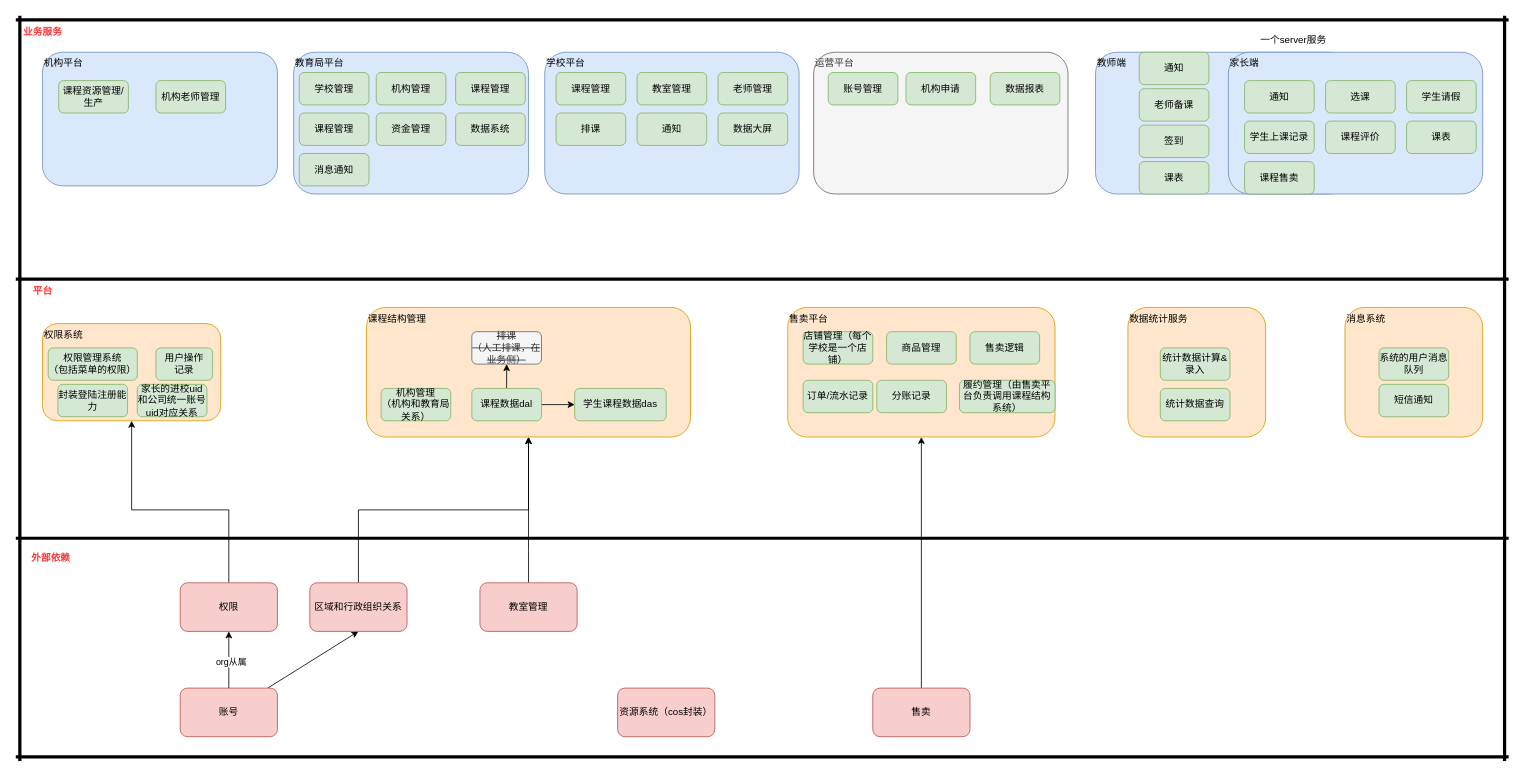
Earlier version of the draw.io diagram 330-组织架构.drawio (wgyuuu/flow_chart). Source tidied: cells renumbered, new cells numbered last; positions are measured from the earlier drawing's top-left corner, leaving out a move shared by most shapes. Both pictures are drawn from the tidied source at 81%, with x=0, y=0 at pixel (15, 15).
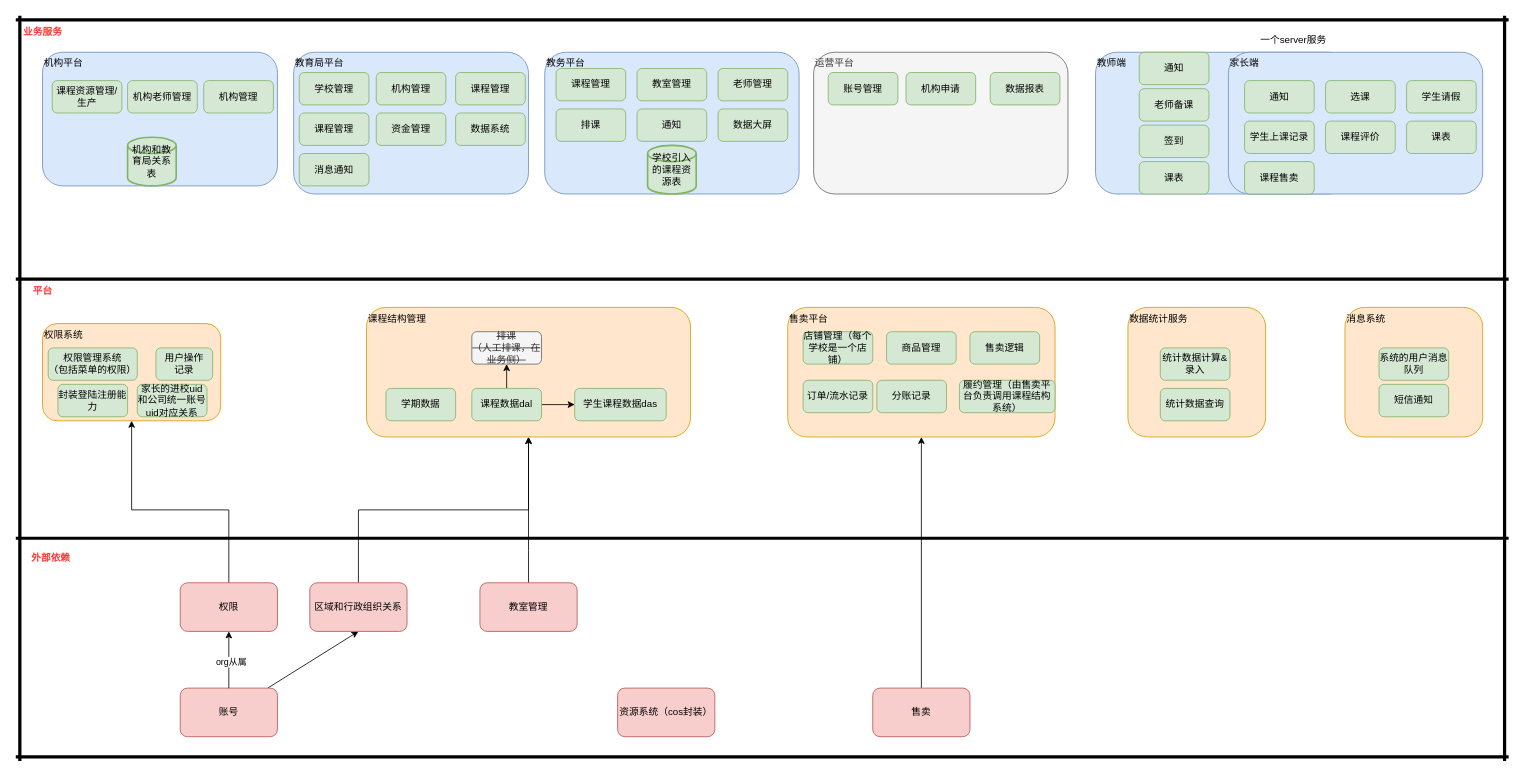
After the change.

Diff of the diagram source:
```diff
@@
     <mxCell id="18" value="课程资源管理/生产" style="rounded=1;whiteSpace=wrap;html=1;align=center;verticalAlign=middle;fillColor=#d5e8d4;strokeColor=#82b366;" parent="1" vertex="1">
-      <mxGeometry x="53" y="80" width="86" height="40" as="geometry" />
+      <mxGeometry x="45" y="80" width="86" height="40" as="geometry" />
     </mxCell>
@@
     <mxCell id="21" value="机构老师管理" style="rounded=1;whiteSpace=wrap;html=1;align=center;verticalAlign=middle;fillColor=#d5e8d4;strokeColor=#82b366;" parent="1" vertex="1">
-      <mxGeometry x="173" y="80" width="86" height="40" as="geometry" />
+      <mxGeometry x="138" y="80" width="86" height="40" as="geometry" />
     </mxCell>
@@
-    <mxCell id="41" value="学校平台" style="rounded=1;whiteSpace=wrap;html=1;align=left;verticalAlign=top;fillColor=#dae8fc;strokeColor=#6c8ebf;" parent="1" vertex="1">
+    <mxCell id="41" value="教务平台" style="rounded=1;whiteSpace=wrap;html=1;align=left;verticalAlign=top;fillColor=#dae8fc;strokeColor=#6c8ebf;" parent="1" vertex="1">
       <mxGeometry x="653" y="45" width="314" height="175" as="geometry" />
     </mxCell>
     <mxCell id="42" value="课程管理" style="rounded=1;whiteSpace=wrap;html=1;align=center;verticalAlign=middle;fillColor=#d5e8d4;strokeColor=#82b366;" parent="1" vertex="1">
-      <mxGeometry x="667" y="70" width="86" height="40" as="geometry" />
+      <mxGeometry x="667" y="65" width="86" height="40" as="geometry" />
     </mxCell>
     <mxCell id="43" value="教室管理" style="rounded=1;whiteSpace=wrap;html=1;align=center;verticalAlign=middle;fillColor=#d5e8d4;strokeColor=#82b366;" parent="1" vertex="1">
-      <mxGeometry x="767" y="70" width="86" height="40" as="geometry" />
+      <mxGeometry x="767" y="65" width="86" height="40" as="geometry" />
     </mxCell>
     <mxCell id="44" value="老师管理" style="rounded=1;whiteSpace=wrap;html=1;align=center;verticalAlign=middle;fillColor=#d5e8d4;strokeColor=#82b366;" parent="1" vertex="1">
-      <mxGeometry x="867" y="70" width="86" height="40" as="geometry" />
+      <mxGeometry x="867" y="65" width="86" height="40" as="geometry" />
     </mxCell>
     <mxCell id="45" value="排课" style="rounded=1;whiteSpace=wrap;html=1;align=center;verticalAlign=middle;fillColor=#d5e8d4;strokeColor=#82b366;" parent="1" vertex="1">
-      <mxGeometry x="667" y="120" width="86" height="40" as="geometry" />
+      <mxGeometry x="667" y="115" width="86" height="40" as="geometry" />
     </mxCell>
     <mxCell id="46" value="通知" style="rounded=1;whiteSpace=wrap;html=1;align=center;verticalAlign=middle;fillColor=#d5e8d4;strokeColor=#82b366;" parent="1" vertex="1">
-      <mxGeometry x="767" y="120" width="86" height="40" as="geometry" />
+      <mxGeometry x="767" y="115" width="86" height="40" as="geometry" />
     </mxCell>
     <mxCell id="47" value="数据大屏" style="rounded=1;whiteSpace=wrap;html=1;align=center;verticalAlign=middle;fillColor=#d5e8d4;strokeColor=#82b366;" parent="1" vertex="1">
-      <mxGeometry x="867" y="120" width="86" height="40" as="geometry" />
+      <mxGeometry x="867" y="115" width="86" height="40" as="geometry" />
     </mxCell>
@@
-    <mxCell id="77" value="机构管理&lt;br&gt;（机构和教育局关系）" style="rounded=1;whiteSpace=wrap;html=1;align=center;verticalAlign=middle;fillColor=#d5e8d4;strokeColor=#82b366;" parent="1" vertex="1">
-      <mxGeometry x="451" y="460" width="86" height="40" as="geometry" />
+    <mxCell id="77" value="机构管理" style="rounded=1;whiteSpace=wrap;html=1;align=center;verticalAlign=middle;fillColor=#d5e8d4;strokeColor=#82b366;" parent="1" vertex="1">
+      <mxGeometry x="232" y="80" width="86" height="40" as="geometry" />
     </mxCell>
@@
+    <mxCell id="85" value="&lt;span&gt;机构和教育局关系表&lt;/span&gt;" style="strokeWidth=2;html=1;shape=mxgraph.flowchart.database;whiteSpace=wrap;fillColor=#d5e8d4;strokeColor=#82b366;" parent="1" vertex="1">
+      <mxGeometry x="138" y="150" width="60" height="60" as="geometry" />
+    </mxCell>
+    <mxCell id="86" value="学期数据" style="rounded=1;whiteSpace=wrap;html=1;align=center;verticalAlign=middle;fillColor=#d5e8d4;strokeColor=#82b366;" parent="1" vertex="1">
+      <mxGeometry x="457" y="460" width="86" height="40" as="geometry" />
+    </mxCell>
+    <mxCell id="87" value="&lt;span&gt;学校引入的课程资源表&lt;/span&gt;" style="strokeWidth=2;html=1;shape=mxgraph.flowchart.database;whiteSpace=wrap;fillColor=#d5e8d4;strokeColor=#82b366;" parent="1" vertex="1">
+      <mxGeometry x="780" y="160" width="60" height="60" as="geometry" />
+    </mxCell>
```
